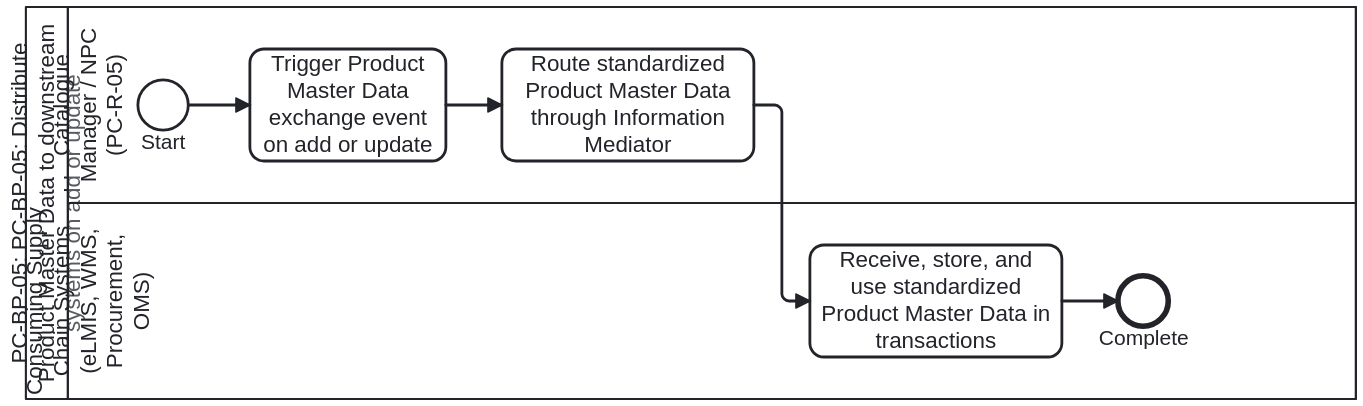
The BPMN diagram folio/dth-pc/media/bp-pc-bp-05.svg in litlfred/dth-pc, before a commit. Its source is kept beside it as folio/dth-pc/ch04-managing-change/bp-pc-bp-05.bpmn. Ids are renumbered. The source it was exported from:
```xml
<bpmn:definitions xmlns:bpmn="http://www.omg.org/spec/BPMN/20100524/MODEL"
                  xmlns:bpmndi="http://www.omg.org/spec/BPMN/20100524/DI"
                  xmlns:dc="http://www.omg.org/spec/DD/20100524/DC"
                  xmlns:di="http://www.omg.org/spec/DD/20100524/DI"
                  id="Definitions_PC_BP_05"
                  targetNamespace="https://litlfred.github.io/dth-pc/bpmn">
  <bpmn:collaboration id="Collaboration_PC_BP_05">
    <bpmn:participant id="Participant_PC_BP_05" name="PC-BP-05: PC-BP-05: Distribute Product Master Data to downstream systems on add or update" processRef="Process_PC_BP_05" />
  </bpmn:collaboration>
  <bpmn:process id="Process_PC_BP_05" name="PC-BP-05: Distribute Product Master Data to downstream systems on add or update" isExecutable="false">
    <bpmn:documentation>PC-BP-05: PC-BP-05: Distribute Product Master Data to downstream systems on add or update (Source: who-iris/library/9789240116191-eng, page-031, page-039).</bpmn:documentation>
    <bpmn:laneSet id="LaneSet_PC_BP_05">
      <bpmn:lane id="Lane_1" name="Catalogue Manager / NPC (PC-R-05)">
        <bpmn:documentation>Publishes Product Master Data additions and updates from the NPC (p.39)</bpmn:documentation>
        <bpmn:flowNodeRef>StartEvent_1</bpmn:flowNodeRef>
        <bpmn:flowNodeRef>Task_1</bpmn:flowNodeRef>
        <bpmn:flowNodeRef>Task_2</bpmn:flowNodeRef>
      </bpmn:lane>
      <bpmn:lane id="Lane_2" name="Consuming Supply Chain Systems (eLMIS, WMS, Procurement, OMS)">
        <bpmn:documentation>Downstream health and supply chain information systems receiving standardized Product Master Data via DPI-F Information Mediator (p.16, 31, 39)</bpmn:documentation>
        <bpmn:flowNodeRef>Task_3</bpmn:flowNodeRef>
        <bpmn:flowNodeRef>EndEvent_1</bpmn:flowNodeRef>
      </bpmn:lane>
    </bpmn:laneSet>
    <bpmn:startEvent id="StartEvent_1" name="Start">
      <bpmn:outgoing>Flow_0</bpmn:outgoing>
    </bpmn:startEvent>
    <bpmn:task id="Task_1" name="Trigger Product Master Data exchange event on add or update">
      <bpmn:documentation>Ch 4 Step 1 (p.39): Emit Product Master Data exchange event from NPC when a product record is added or updated.</bpmn:documentation>
      <bpmn:incoming>Flow_0</bpmn:incoming>
      <bpmn:outgoing>Flow_1</bpmn:outgoing>
    </bpmn:task>
    <bpmn:task id="Task_2" name="Route standardized Product Master Data through Information Mediator">
      <bpmn:documentation>Intro (p.16), Ch 2 Step 3 (p.31) &amp; Ch 4 Step 1 (p.39): Distribute standardized Product Master Data attributes according to data sharing agreements and security protocols.</bpmn:documentation>
      <bpmn:incoming>Flow_1</bpmn:incoming>
      <bpmn:outgoing>Flow_2</bpmn:outgoing>
    </bpmn:task>
    <bpmn:task id="Task_3" name="Receive, store, and use standardized Product Master Data in transactions">
      <bpmn:documentation>Ch 4 Step 1 (p.39): Consuming systems (eLMIS, WMS, procurement, OMS, dispensing) ingest standardized Product Master Data and reference uniform identifiers across forecasting, procurement, inventory, shipping, dispensing, and traceability.</bpmn:documentation>
      <bpmn:incoming>Flow_2</bpmn:incoming>
      <bpmn:outgoing>Flow_3</bpmn:outgoing>
    </bpmn:task>
    <bpmn:endEvent id="EndEvent_1" name="Complete">
      <bpmn:incoming>Flow_3</bpmn:incoming>
    </bpmn:endEvent>
    <bpmn:dataObject id="DataObject_1" name="Standardized Product Master Data update payload (p.39)" />
    <bpmn:dataObjectReference id="DataObjectRef_1" name="Standardized Product Master Data update payload (p.39)" dataObjectRef="DataObject_1" />
    <bpmn:dataObject id="DataObject_2" name="Data sharing policies and exchange protocols (p.31, 39)" />
    <bpmn:dataObjectReference id="DataObjectRef_2" name="Data sharing policies and exchange protocols (p.31, 39)" dataObjectRef="DataObject_2" />
    <bpmn:sequenceFlow id="Flow_0" sourceRef="StartEvent_1" targetRef="Task_1" />
    <bpmn:sequenceFlow id="Flow_1" sourceRef="Task_1" targetRef="Task_2" />
    <bpmn:sequenceFlow id="Flow_2" sourceRef="Task_2" targetRef="Task_3" />
    <bpmn:sequenceFlow id="Flow_3" sourceRef="Task_3" targetRef="EndEvent_1" />
  </bpmn:process>
  <bpmndi:BPMNDiagram id="BPMNDiagram_PC_BP_05">
    <bpmndi:BPMNPlane id="BPMNPlane_PC_BP_05" bpmnElement="Collaboration_PC_BP_05">
      <bpmndi:BPMNShape id="Participant_PC_BP_05_di" bpmnElement="Participant_PC_BP_05" isHorizontal="true">
        <dc:Bounds x="100" y="60" width="950" height="280" />
      </bpmndi:BPMNShape>
      <bpmndi:BPMNShape id="Lane_1_di" bpmnElement="Lane_1" isHorizontal="true">
        <dc:Bounds x="130" y="60" width="920" height="140" />
      </bpmndi:BPMNShape>
      <bpmndi:BPMNShape id="Lane_2_di" bpmnElement="Lane_2" isHorizontal="true">
        <dc:Bounds x="130" y="200" width="920" height="140" />
      </bpmndi:BPMNShape>
      <bpmndi:BPMNShape id="StartEvent_1_di" bpmnElement="StartEvent_1">
        <dc:Bounds x="180" y="112" width="36" height="36" />
      </bpmndi:BPMNShape>
      <bpmndi:BPMNShape id="Task_1_di" bpmnElement="Task_1">
        <dc:Bounds x="260" y="90" width="140" height="80" />
      </bpmndi:BPMNShape>
      <bpmndi:BPMNShape id="Task_2_di" bpmnElement="Task_2">
        <dc:Bounds x="440" y="90" width="180" height="80" />
      </bpmndi:BPMNShape>
      <bpmndi:BPMNShape id="Task_3_di" bpmnElement="Task_3">
        <dc:Bounds x="660" y="230" width="180" height="80" />
      </bpmndi:BPMNShape>
      <bpmndi:BPMNShape id="EndEvent_1_di" bpmnElement="EndEvent_1">
        <dc:Bounds x="880" y="252" width="36" height="36" />
      </bpmndi:BPMNShape>
      <bpmndi:BPMNEdge id="Flow_0_di" bpmnElement="Flow_0">
        <di:waypoint x="216" y="130" />
        <di:waypoint x="260" y="130" />
      </bpmndi:BPMNEdge>
      <bpmndi:BPMNEdge id="Flow_1_di" bpmnElement="Flow_1">
        <di:waypoint x="400" y="130" />
        <di:waypoint x="440" y="130" />
      </bpmndi:BPMNEdge>
      <bpmndi:BPMNEdge id="Flow_2_di" bpmnElement="Flow_2">
        <di:waypoint x="620" y="130" />
        <di:waypoint x="640" y="130" />
        <di:waypoint x="640" y="270" />
        <di:waypoint x="660" y="270" />
      </bpmndi:BPMNEdge>
      <bpmndi:BPMNEdge id="Flow_3_di" bpmnElement="Flow_3">
        <di:waypoint x="840" y="270" />
        <di:waypoint x="880" y="270" />
      </bpmndi:BPMNEdge>
    </bpmndi:BPMNPlane>
  </bpmndi:BPMNDiagram>
</bpmn:definitions>
```
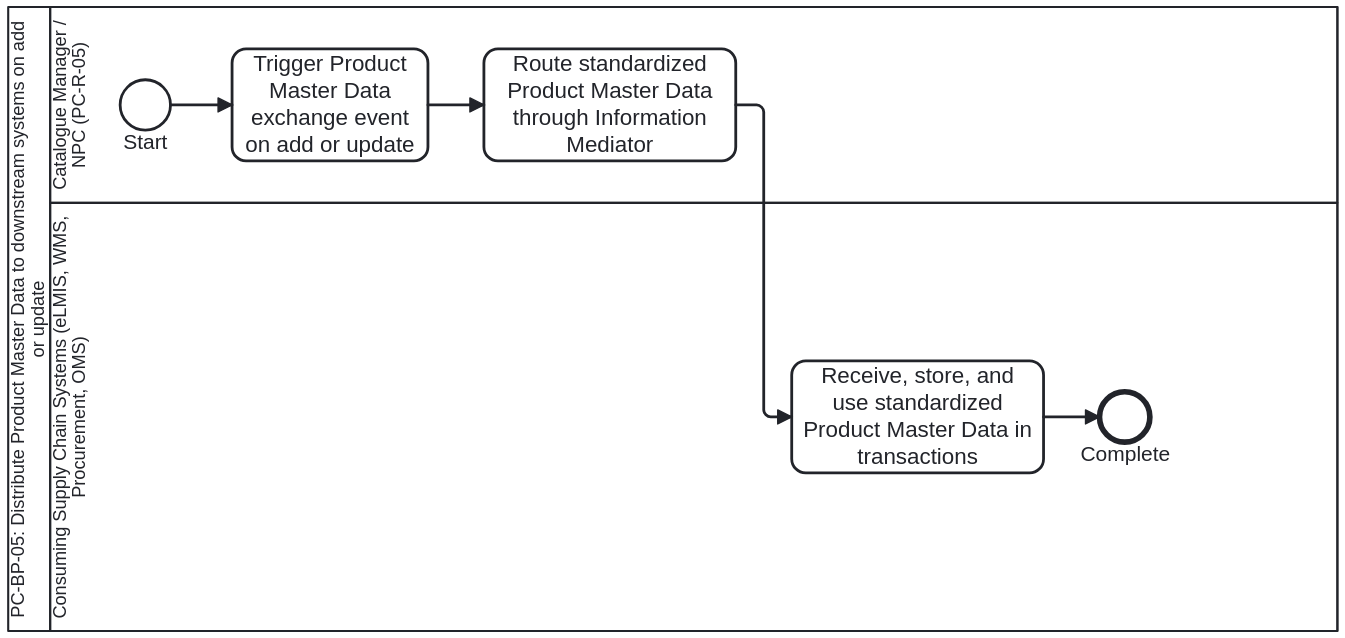
Later version of the same file.

What changed in the source:
```diff
@@ -5,7 +5,7 @@
                   id="Definitions_PC_BP_05"
                   targetNamespace="https://litlfred.github.io/dth-pc/bpmn">
   <bpmn:collaboration id="Collaboration_PC_BP_05">
-    <bpmn:participant id="Participant_PC_BP_05" name="PC-BP-05: PC-BP-05: Distribute Product Master Data to downstream systems on add or update" processRef="Process_PC_BP_05" />
+    <bpmn:participant id="Participant_PC_BP_05" name="PC-BP-05: Distribute Product Master Data to downstream systems on add or update" processRef="Process_PC_BP_05" />
   </bpmn:collaboration>
   <bpmn:process id="Process_PC_BP_05" name="PC-BP-05: Distribute Product Master Data to downstream systems on add or update" isExecutable="false">
     <bpmn:documentation>PC-BP-05: PC-BP-05: Distribute Product Master Data to downstream systems on add or update (Source: who-iris/library/9789240116191-eng, page-031, page-039).</bpmn:documentation>
@@ -55,13 +55,13 @@
   <bpmndi:BPMNDiagram id="BPMNDiagram_PC_BP_05">
     <bpmndi:BPMNPlane id="BPMNPlane_PC_BP_05" bpmnElement="Collaboration_PC_BP_05">
       <bpmndi:BPMNShape id="Participant_PC_BP_05_di" bpmnElement="Participant_PC_BP_05" isHorizontal="true">
-        <dc:Bounds x="100" y="60" width="950" height="280" />
+        <dc:Bounds x="100" y="60" width="950" height="446" />
       </bpmndi:BPMNShape>
       <bpmndi:BPMNShape id="Lane_1_di" bpmnElement="Lane_1" isHorizontal="true">
         <dc:Bounds x="130" y="60" width="920" height="140" />
       </bpmndi:BPMNShape>
       <bpmndi:BPMNShape id="Lane_2_di" bpmnElement="Lane_2" isHorizontal="true">
-        <dc:Bounds x="130" y="200" width="920" height="140" />
+        <dc:Bounds x="130" y="200" width="920" height="306" />
       </bpmndi:BPMNShape>
       <bpmndi:BPMNShape id="StartEvent_1_di" bpmnElement="StartEvent_1">
         <dc:Bounds x="180" y="112" width="36" height="36" />
@@ -73,10 +73,10 @@
         <dc:Bounds x="440" y="90" width="180" height="80" />
       </bpmndi:BPMNShape>
       <bpmndi:BPMNShape id="Task_3_di" bpmnElement="Task_3">
-        <dc:Bounds x="660" y="230" width="180" height="80" />
+        <dc:Bounds x="660" y="313" width="180" height="80" />
       </bpmndi:BPMNShape>
       <bpmndi:BPMNShape id="EndEvent_1_di" bpmnElement="EndEvent_1">
-        <dc:Bounds x="880" y="252" width="36" height="36" />
+        <dc:Bounds x="880" y="335" width="36" height="36" />
       </bpmndi:BPMNShape>
       <bpmndi:BPMNEdge id="Flow_0_di" bpmnElement="Flow_0">
         <di:waypoint x="216" y="130" />
@@ -89,12 +89,12 @@
       <bpmndi:BPMNEdge id="Flow_2_di" bpmnElement="Flow_2">
         <di:waypoint x="620" y="130" />
         <di:waypoint x="640" y="130" />
-        <di:waypoint x="640" y="270" />
-        <di:waypoint x="660" y="270" />
+        <di:waypoint x="640" y="353" />
+        <di:waypoint x="660" y="353" />
       </bpmndi:BPMNEdge>
       <bpmndi:BPMNEdge id="Flow_3_di" bpmnElement="Flow_3">
-        <di:waypoint x="840" y="270" />
-        <di:waypoint x="880" y="270" />
+        <di:waypoint x="840" y="353" />
+        <di:waypoint x="880" y="353" />
       </bpmndi:BPMNEdge>
     </bpmndi:BPMNPlane>
   </bpmndi:BPMNDiagram>
```
